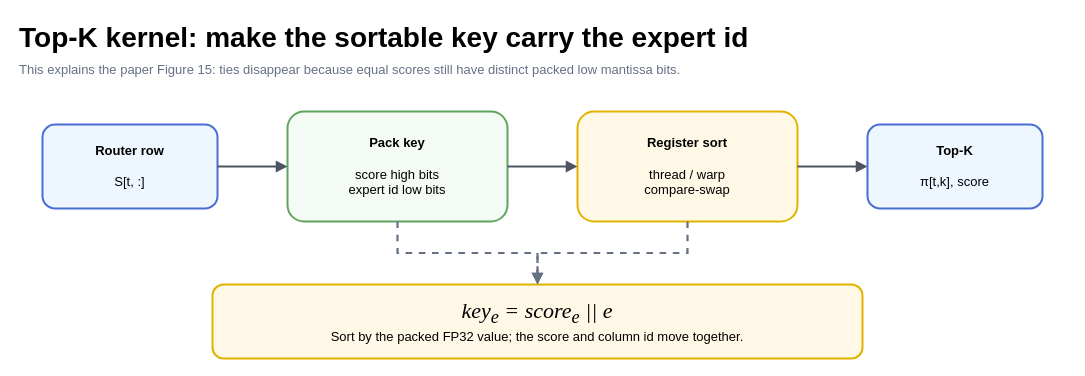
Earlier version of the draw.io diagram static/drawio/2026-04-27-sonicmoe-blackwell-深度解读-fine-grained-moe-kernel-的算法-软件-硬件三层堆叠/figures/F4.drawio (cassiewilliam/blog). Source tidied: cells renumbered, new cells numbered last; positions are measured from the earlier drawing's top-left corner, leaving out a move shared by most shapes. Both pictures are drawn from the tidied source at 100%, with x=0, y=0 at pixel (17, 17).
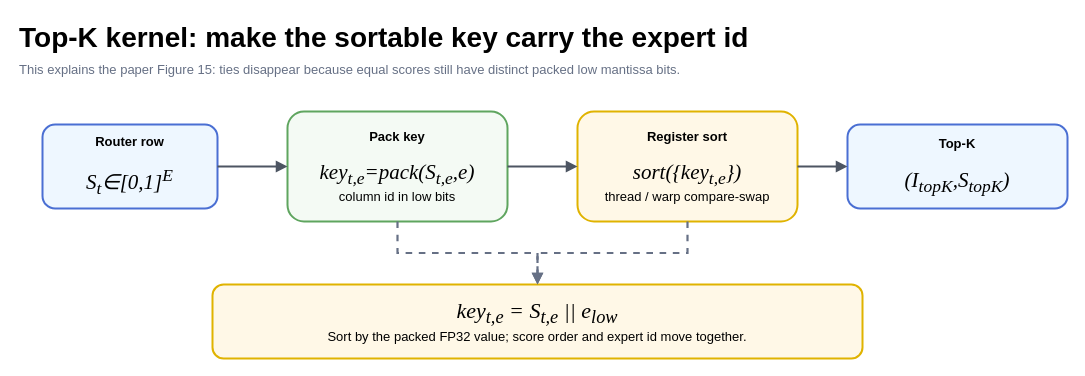
The same diagram, later.

Commit message (it also covers changes not shown here):
Use paper symbols in SonicMoE router figures

What changed in the source:
```diff
@@
 <mxGraphModel>
   <root>
     <mxCell id="0" />
     <mxCell id="1" parent="0" />
     <mxCell id="2" value="Top-K kernel: make the sortable key carry the expert id" style="text;html=1;strokeColor=none;fillColor=none;align=left;verticalAlign=middle;fontFamily=Helvetica;fontSize=28;fontStyle=1;" parent="1" vertex="1">
       <mxGeometry width="1040" height="40" as="geometry" />
     </mxCell>
     <mxCell id="3" value="This explains the paper Figure 15: ties disappear because equal scores still have distinct packed low mantissa bits." style="text;html=1;strokeColor=none;fillColor=none;align=left;verticalAlign=middle;fontFamily=Helvetica;fontSize=13;fontColor=#667085;" parent="1" vertex="1">
       <mxGeometry y="40" width="1020" height="24" as="geometry" />
     </mxCell>
-    <mxCell id="4" value="&lt;b&gt;Router row&lt;/b&gt;&lt;br&gt;&lt;br&gt;S[t, :]" style="rounded=1;whiteSpace=wrap;html=1;fillColor=#eef7ff;strokeColor=#4a6fd3;strokeWidth=2;align=center;verticalAlign=middle;fontFamily=Helvetica;fontSize=13;" parent="1" vertex="1">
+    <mxCell id="4" value="&lt;b&gt;Router row&lt;/b&gt;&lt;br&gt;&lt;br&gt;&lt;font face=&quot;Times New Roman&quot; style=&quot;font-size: 21px;&quot;&gt;&lt;i&gt;S&lt;sub&gt;t&lt;/sub&gt;∈[0,1]&lt;sup&gt;E&lt;/sup&gt;&lt;/i&gt;&lt;/font&gt;" style="rounded=1;whiteSpace=wrap;html=1;fillColor=#eef7ff;strokeColor=#4a6fd3;strokeWidth=2;align=center;verticalAlign=middle;fontFamily=Helvetica;fontSize=13;" parent="1" vertex="1">
       <mxGeometry x="25" y="107" width="175" height="84" as="geometry" />
     </mxCell>
-    <mxCell id="5" value="&lt;b&gt;Pack key&lt;/b&gt;&lt;br&gt;&lt;br&gt;score high bits&lt;br&gt;expert id low bits" style="rounded=1;whiteSpace=wrap;html=1;fillColor=#f4faf4;strokeColor=#5fa55f;strokeWidth=2;align=center;verticalAlign=middle;fontFamily=Helvetica;fontSize=13;" parent="1" vertex="1">
+    <mxCell id="5" value="&lt;b&gt;Pack key&lt;/b&gt;&lt;br&gt;&lt;br&gt;&lt;font face=&quot;Times New Roman&quot; style=&quot;font-size: 21px;&quot;&gt;&lt;i&gt;key&lt;sub&gt;t,e&lt;/sub&gt;=pack(S&lt;sub&gt;t,e&lt;/sub&gt;,e)&lt;/i&gt;&lt;/font&gt;&lt;br&gt;column id in low bits" style="rounded=1;whiteSpace=wrap;html=1;fillColor=#f4faf4;strokeColor=#5fa55f;strokeWidth=2;align=center;verticalAlign=middle;fontFamily=Helvetica;fontSize=13;" parent="1" vertex="1">
       <mxGeometry x="270" y="94" width="220" height="110" as="geometry" />
     </mxCell>
-    <mxCell id="6" value="&lt;b&gt;Register sort&lt;/b&gt;&lt;br&gt;&lt;br&gt;thread / warp&lt;br&gt;compare-swap" style="rounded=1;whiteSpace=wrap;html=1;fillColor=#fff8e7;strokeColor=#e0b300;strokeWidth=2;align=center;verticalAlign=middle;fontFamily=Helvetica;fontSize=13;" parent="1" vertex="1">
+    <mxCell id="6" value="&lt;b&gt;Register sort&lt;/b&gt;&lt;br&gt;&lt;br&gt;&lt;font face=&quot;Times New Roman&quot; style=&quot;font-size: 21px;&quot;&gt;&lt;i&gt;sort({key&lt;sub&gt;t,e&lt;/sub&gt;})&lt;/i&gt;&lt;/font&gt;&lt;br&gt;thread / warp compare-swap" style="rounded=1;whiteSpace=wrap;html=1;fillColor=#fff8e7;strokeColor=#e0b300;strokeWidth=2;align=center;verticalAlign=middle;fontFamily=Helvetica;fontSize=13;" parent="1" vertex="1">
       <mxGeometry x="560" y="94" width="220" height="110" as="geometry" />
     </mxCell>
-    <mxCell id="7" value="&lt;b&gt;Top-K&lt;/b&gt;&lt;br&gt;&lt;br&gt;π[t,k], score" style="rounded=1;whiteSpace=wrap;html=1;fillColor=#eef7ff;strokeColor=#4a6fd3;strokeWidth=2;align=center;verticalAlign=middle;fontFamily=Helvetica;fontSize=13;" parent="1" vertex="1">
-      <mxGeometry x="850" y="107" width="175" height="84" as="geometry" />
+    <mxCell id="7" value="&lt;b&gt;Top-K&lt;/b&gt;&lt;br&gt;&lt;br&gt;&lt;font face=&quot;Times New Roman&quot; style=&quot;font-size: 21px;&quot;&gt;&lt;i&gt;(I&lt;sub&gt;topK&lt;/sub&gt;,S&lt;sub&gt;topK&lt;/sub&gt;)&lt;/i&gt;&lt;/font&gt;" style="rounded=1;whiteSpace=wrap;html=1;fillColor=#eef7ff;strokeColor=#4a6fd3;strokeWidth=2;align=center;verticalAlign=middle;fontFamily=Helvetica;fontSize=13;" parent="1" vertex="1">
+      <mxGeometry x="830" y="107" width="220" height="84" as="geometry" />
     </mxCell>
     <mxCell id="8" style="edgeStyle=orthogonalEdgeStyle;rounded=0;html=1;strokeColor=#4d5562;strokeWidth=2.2;endArrow=block;" parent="1" edge="1" source="4" target="5">
       <mxGeometry relative="1" as="geometry" />
     </mxCell>
     <mxCell id="9" style="edgeStyle=orthogonalEdgeStyle;rounded=0;html=1;strokeColor=#4d5562;strokeWidth=2.2;endArrow=block;" parent="1" edge="1" source="5" target="6">
       <mxGeometry relative="1" as="geometry" />
     </mxCell>
     <mxCell id="10" style="edgeStyle=orthogonalEdgeStyle;rounded=0;html=1;strokeColor=#4d5562;strokeWidth=2.2;endArrow=block;" parent="1" edge="1" source="6" target="7">
       <mxGeometry relative="1" as="geometry" />
     </mxCell>
-    <mxCell id="11" value="&lt;font face=&quot;Times New Roman&quot; style=&quot;font-size: 22px;&quot;&gt;&lt;i&gt;key&lt;sub&gt;e&lt;/sub&gt; = score&lt;sub&gt;e&lt;/sub&gt; || e&lt;/i&gt;&lt;/font&gt;&lt;br&gt;Sort by the packed FP32 value; the score and column id move together." style="rounded=1;whiteSpace=wrap;html=1;fillColor=#fff8e7;strokeColor=#e0b300;strokeWidth=2;align=center;verticalAlign=middle;fontFamily=Helvetica;fontSize=13;" parent="1" vertex="1">
+    <mxCell id="11" value="&lt;font face=&quot;Times New Roman&quot; style=&quot;font-size: 22px;&quot;&gt;&lt;i&gt;key&lt;sub&gt;t,e&lt;/sub&gt; = S&lt;sub&gt;t,e&lt;/sub&gt; || e&lt;sub&gt;low&lt;/sub&gt;&lt;/i&gt;&lt;/font&gt;&lt;br&gt;Sort by the packed FP32 value; score order and expert id move together." style="rounded=1;whiteSpace=wrap;html=1;fillColor=#fff8e7;strokeColor=#e0b300;strokeWidth=2;align=center;verticalAlign=middle;fontFamily=Helvetica;fontSize=13;" parent="1" vertex="1">
       <mxGeometry x="195" y="267" width="650" height="74" as="geometry" />
     </mxCell>
     <mxCell id="12" style="edgeStyle=orthogonalEdgeStyle;rounded=0;html=1;strokeColor=#4d5562;strokeWidth=2.2;endArrow=block;dashed=1;strokeColor=#667085;" parent="1" edge="1" source="5" target="11">
       <mxGeometry relative="1" as="geometry" />
     </mxCell>
     <mxCell id="13" style="edgeStyle=orthogonalEdgeStyle;rounded=0;html=1;strokeColor=#4d5562;strokeWidth=2.2;endArrow=block;dashed=1;strokeColor=#667085;" parent="1" edge="1" source="6" target="11">
       <mxGeometry relative="1" as="geometry" />
     </mxCell>
   </root>
 </mxGraphModel>
```
